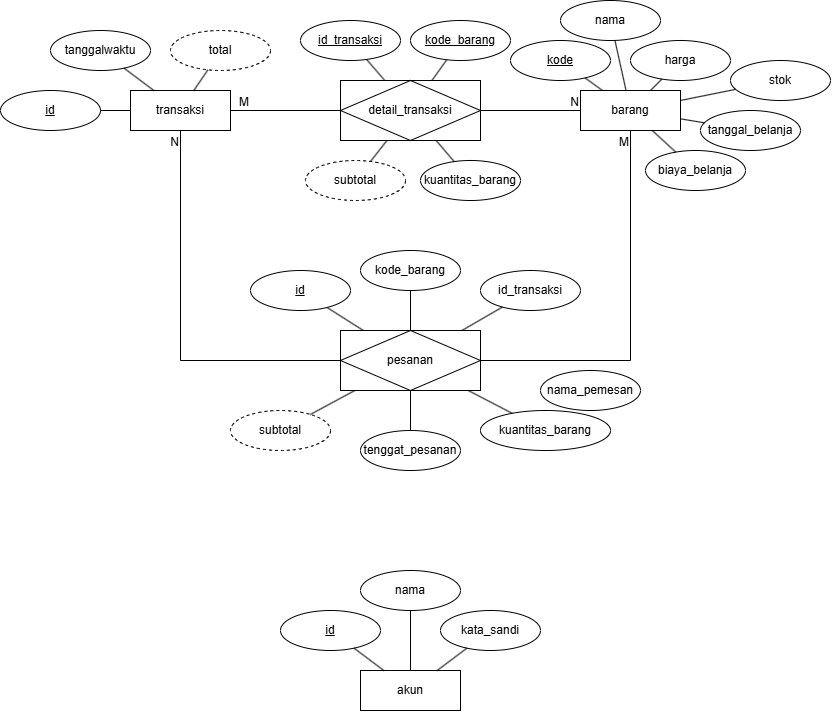
Above: src/main/resources/diagrams/db_warunq.drawio.png in James1Aurora/WarunQ (draw.io), before the change. Source tidied: cells renumbered, new cells last; positions are measured from the earlier drawing's top-left corner, leaving out a move shared by most shapes.
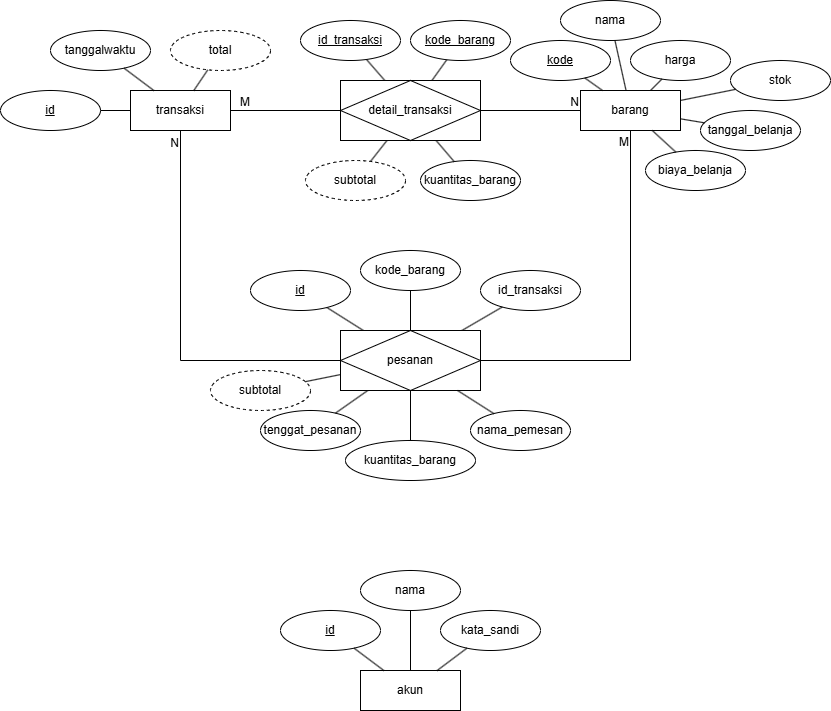
Above is the later version.

What changed in the source:
```diff
@@ -122,10 +122,10 @@
       <mxGeometry relative="1" as="geometry" />
     </mxCell>
     <mxCell id="41" value="kuantitas_barang" style="ellipse;whiteSpace=wrap;html=1;align=center;" parent="1" vertex="1">
-      <mxGeometry x="480" y="410" width="130" height="40" as="geometry" />
+      <mxGeometry x="345" y="440" width="130" height="40" as="geometry" />
     </mxCell>
     <mxCell id="42" value="subtotal" style="ellipse;whiteSpace=wrap;html=1;align=center;dashed=1;" parent="1" vertex="1">
-      <mxGeometry x="230" y="410" width="100" height="40" as="geometry" />
+      <mxGeometry x="210" y="370" width="100" height="40" as="geometry" />
     </mxCell>
     <mxCell id="43" style="endArrow=none;html=1;rounded=0;" parent="1" edge="1" source="56" target="42">
       <mxGeometry relative="1" as="geometry" />
@@ -134,7 +134,7 @@
       <mxGeometry relative="1" as="geometry" />
     </mxCell>
     <mxCell id="45" value="tenggat_pesanan" style="ellipse;whiteSpace=wrap;html=1;align=center;" parent="1" vertex="1">
-      <mxGeometry x="360" y="430" width="100" height="40" as="geometry" />
+      <mxGeometry x="260" y="410" width="100" height="40" as="geometry" />
     </mxCell>
     <mxCell id="46" style="endArrow=none;html=1;rounded=0;" parent="1" edge="1" source="56" target="45">
       <mxGeometry relative="1" as="geometry" />
@@ -188,7 +188,10 @@
       </mxGeometry>
     </mxCell>
     <mxCell id="59" value="nama_pemesan" style="ellipse;whiteSpace=wrap;html=1;align=center;" parent="1" vertex="1">
-      <mxGeometry x="540" y="370" width="100" height="40" as="geometry" />
+      <mxGeometry x="470" y="410" width="100" height="40" as="geometry" />
     </mxCell>
+    <mxCell id="60" style="endArrow=none;html=1;rounded=0;" parent="1" edge="1" source="56" target="59">
+      <mxGeometry relative="1" as="geometry" />
+    </mxCell>
   </root>
 </mxGraphModel>
```
